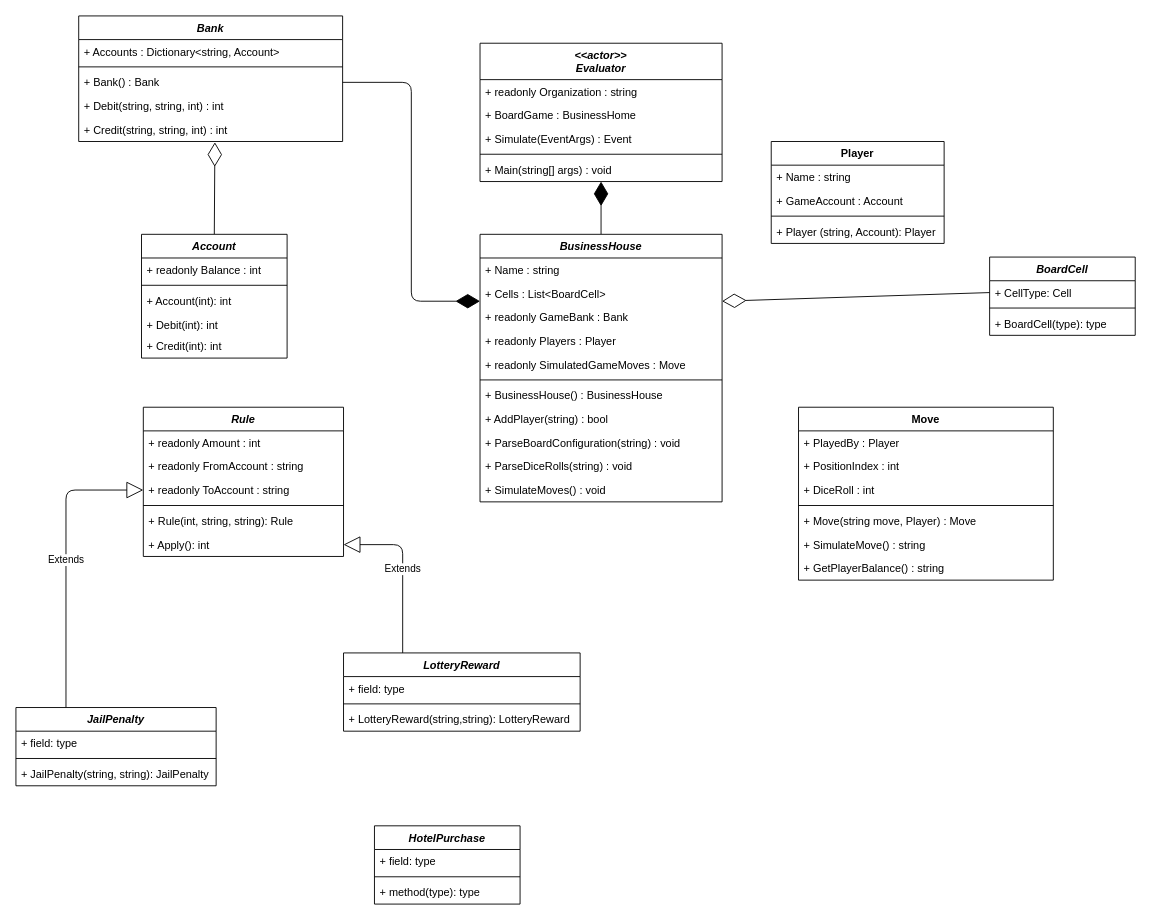
Before: design/boardgame-logicalview.drawio in ksivasenthil/boardgame, a draw.io diagram. Source tidied: cells renumbered, new cells numbered last; positions are measured from the earlier drawing's top-left corner, leaving out a move shared by most shapes. Both pictures are drawn from the tidied source at 91%, with x=0, y=0 at pixel (15, 15).
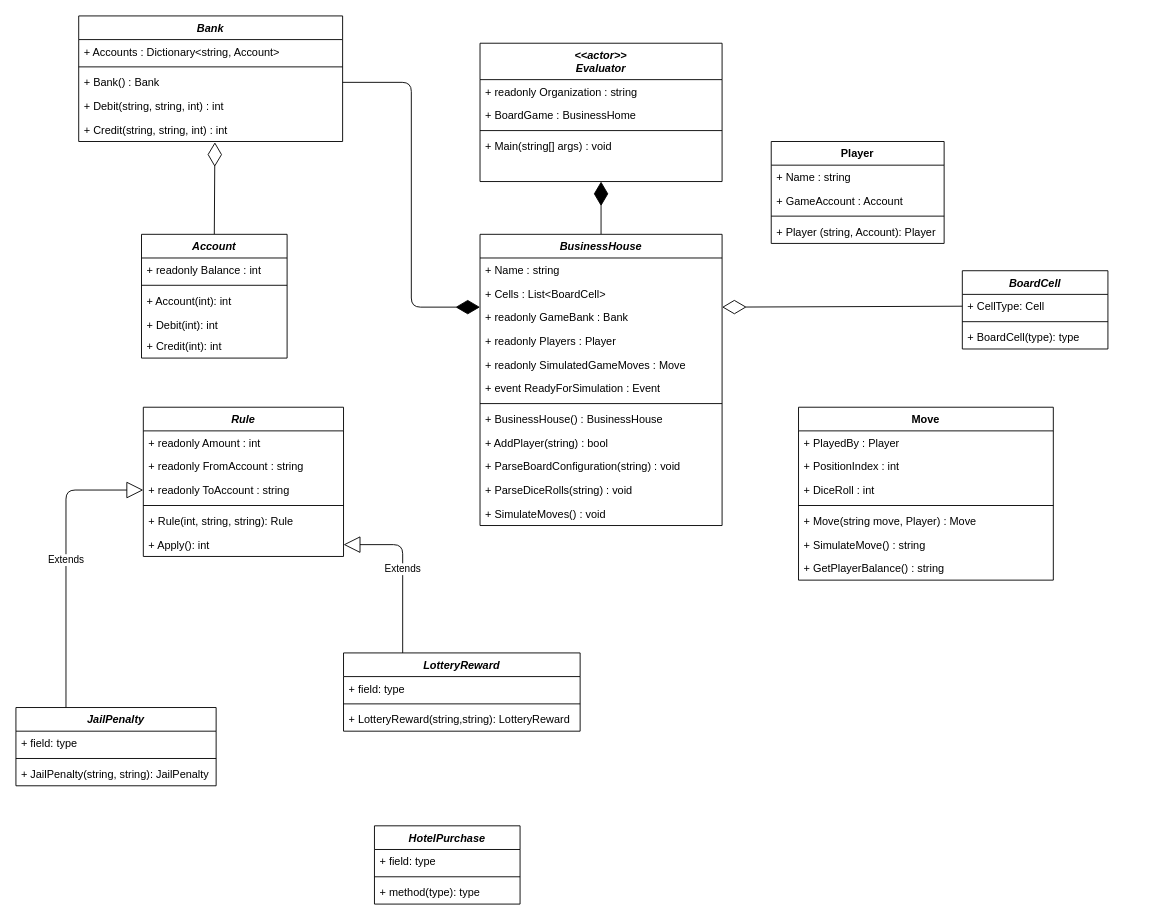
Above is the later version.

Commit message:
added ready for simulation event in board

The change refers to these unchanged cells:
```xml
<mxCell id="3" value="&lt;&lt;actor&gt;&gt;&#10;Evaluator" style="swimlane;fontStyle=3;align=center;verticalAlign=top;horizontal=1;startSize=40;rounded=0;shadow=0;strokeWidth=1;" parent="1" vertex="1">
  <mxGeometry x="510" y="30" width="266" height="152" as="geometry" />
</mxCell>
```

Diff of the diagram source:
```diff
@@
-    <mxCell id="6" value="+ Simulate(EventArgs) : Event" style="text;align=left;verticalAlign=top;spacingLeft=4;spacingRight=4;overflow=hidden;rounded=0;shadow=0;html=0;" parent="3" vertex="1">
-      <mxGeometry y="92" width="266" height="26" as="geometry" />
-    </mxCell>
     <mxCell id="7" style="line;html=1;strokeWidth=1;align=left;verticalAlign=middle;spacingTop=-1;spacingLeft=3;spacingRight=3;labelPosition=right;" parent="3" vertex="1">
-      <mxGeometry y="118" width="266" height="8" as="geometry" />
+      <mxGeometry y="92" width="266" height="8" as="geometry" />
     </mxCell>
     <mxCell id="8" value="+ Main(string[] args) : void" style="text;align=left;verticalAlign=top;spacingLeft=4;spacingRight=4;overflow=hidden;" parent="3" vertex="1">
-      <mxGeometry y="126" width="266" height="26" as="geometry" />
+      <mxGeometry y="100" width="266" height="26" as="geometry" />
     </mxCell>
     <mxCell id="9" value="BusinessHouse" style="swimlane;fontStyle=3;align=center;verticalAlign=top;horizontal=1;startSize=26;rounded=0;shadow=0;strokeWidth=1;" parent="1" vertex="1">
-      <mxGeometry x="510" y="240" width="266" height="294" as="geometry" />
+      <mxGeometry x="510" y="240" width="266" height="320" as="geometry" />
     </mxCell>
@@
+    <mxCell id="74" value="+ event ReadyForSimulation : Event" style="text;align=left;verticalAlign=top;spacingLeft=4;spacingRight=4;overflow=hidden;rounded=0;shadow=0;html=0;" parent="9" vertex="1">
+      <mxGeometry y="156" width="266" height="26" as="geometry" />
+    </mxCell>
     <mxCell id="15" style="line;strokeWidth=1;fillColor=none;align=left;verticalAlign=middle;spacingTop=-1;spacingLeft=3;spacingRight=3;labelPosition=right;" parent="9" vertex="1">
-      <mxGeometry y="156" width="266" height="8" as="geometry" />
+      <mxGeometry y="182" width="266" height="8" as="geometry" />
     </mxCell>
     <mxCell id="16" value="+ BusinessHouse() : BusinessHouse" style="text;align=left;verticalAlign=top;spacingLeft=4;spacingRight=4;overflow=hidden;rounded=0;shadow=0;html=0;" parent="9" vertex="1">
-      <mxGeometry y="164" width="266" height="26" as="geometry" />
+      <mxGeometry y="190" width="266" height="26" as="geometry" />
     </mxCell>
     <mxCell id="17" value="+ AddPlayer(string) : bool" style="text;align=left;verticalAlign=top;spacingLeft=4;spacingRight=4;overflow=hidden;rounded=0;shadow=0;html=0;" parent="9" vertex="1">
-      <mxGeometry y="190" width="266" height="26" as="geometry" />
+      <mxGeometry y="216" width="266" height="26" as="geometry" />
     </mxCell>
     <mxCell id="18" value="+ ParseBoardConfiguration(string) : void" style="text;align=left;verticalAlign=top;spacingLeft=4;spacingRight=4;overflow=hidden;rounded=0;shadow=0;html=0;" parent="9" vertex="1">
-      <mxGeometry y="216" width="266" height="26" as="geometry" />
+      <mxGeometry y="242" width="266" height="26" as="geometry" />
     </mxCell>
     <mxCell id="19" value="+ ParseDiceRolls(string) : void" style="text;align=left;verticalAlign=top;spacingLeft=4;spacingRight=4;overflow=hidden;rounded=0;shadow=0;html=0;" parent="9" vertex="1">
-      <mxGeometry y="242" width="266" height="26" as="geometry" />
+      <mxGeometry y="268" width="266" height="26" as="geometry" />
     </mxCell>
     <mxCell id="20" value="+ SimulateMoves() : void" style="text;align=left;verticalAlign=top;spacingLeft=4;spacingRight=4;overflow=hidden;rounded=0;shadow=0;html=0;" parent="9" vertex="1">
-      <mxGeometry y="268" width="266" height="26" as="geometry" />
+      <mxGeometry y="294" width="266" height="26" as="geometry" />
     </mxCell>
@@
     <mxCell id="53" value="BoardCell" style="swimlane;fontStyle=3;align=center;verticalAlign=top;horizontal=1;startSize=26;" parent="1" vertex="1">
-      <mxGeometry x="1070" y="265" width="160" height="86" as="geometry" />
+      <mxGeometry x="1040" y="280" width="160" height="86" as="geometry" />
     </mxCell>
```
